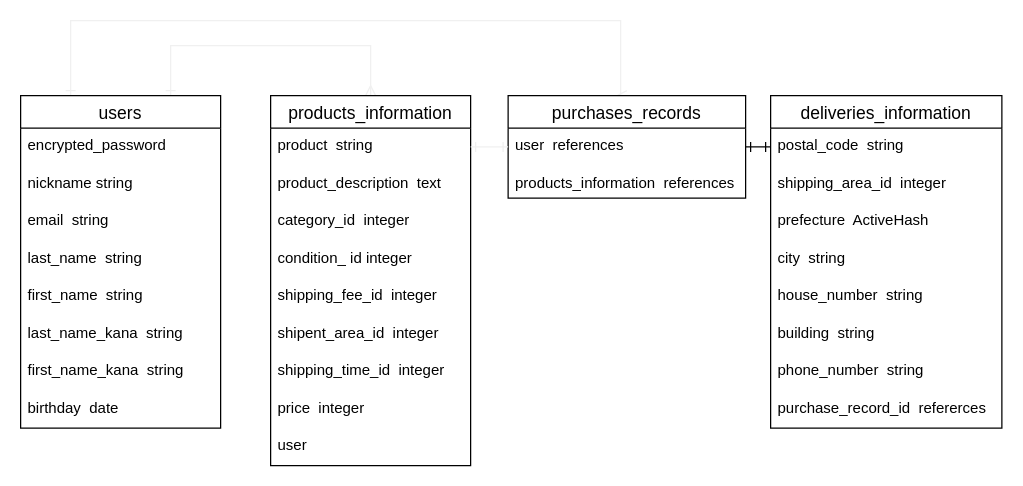
Earlier version of the draw.io diagram public/test.dio (harusukepapa/furima-34525). Source tidied: cells renumbered, new cells numbered last; positions are measured from the earlier drawing's top-left corner, leaving out a move shared by most shapes. Both pictures are drawn from the tidied source at 125%, with x=0, y=0 at pixel (20, 20).
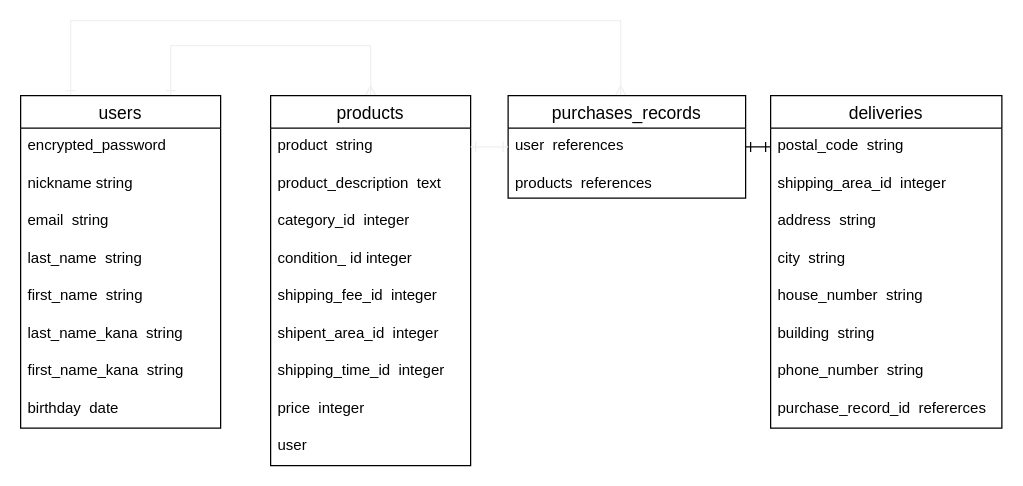
The same diagram, later.

Commit message (it also covers changes not shown here):
データベース修正ver.2

Unchanged cells that the change refers to:
```xml
<mxCell id="4" value="users" style="swimlane;fontStyle=0;horizontal=1;startSize=26;align=center;fontSize=14;" parent="1" vertex="1">
  <mxGeometry y="60" width="160" height="266" as="geometry" />
</mxCell>
<mxCell id="23" value="purchases_records" style="swimlane;fontStyle=0;horizontal=1;startSize=26;align=center;fontSize=14;" parent="1" vertex="1">
  <mxGeometry x="390" y="60" width="190" height="82" as="geometry" />
</mxCell>
```

Diff of the diagram source:
```diff
@@
-    <mxCell id="3" style="edgeStyle=orthogonalEdgeStyle;rounded=0;jettySize=auto;html=1;exitX=0.25;exitY=0;exitDx=0;exitDy=0;startArrow=ERone;startFill=0;endArrow=ERmany;endFill=0;strokeColor=#f0f0f0;entryX=0.5;entryY=0;entryDx=0;entryDy=0;" parent="1" edge="1" source="4" target="23">
+    <mxCell id="3" style="edgeStyle=orthogonalEdgeStyle;rounded=0;jettySize=auto;html=1;exitX=0.25;exitY=0;exitDx=0;exitDy=0;startArrow=ERone;startFill=0;endArrow=ERmany;endFill=0;strokeColor=#f0f0f0;" parent="1" edge="1" source="4" target="23">
       <mxGeometry relative="1" as="geometry">
         <Array as="points">
           <mxPoint x="40" />
           <mxPoint x="480" />
         </Array>
       </mxGeometry>
     </mxCell>
@@
-    <mxCell id="13" value="products_information" style="swimlane;fontStyle=0;horizontal=1;startSize=26;align=center;fontSize=14;" parent="1" vertex="1">
+    <mxCell id="13" value="products" style="swimlane;fontStyle=0;horizontal=1;startSize=26;align=center;fontSize=14;" parent="1" vertex="1">
       <mxGeometry x="200" y="60" width="160" height="296" as="geometry" />
     </mxCell>
@@
-    <mxCell id="25" value="products_information  references" style="text;strokeColor=none;fillColor=none;spacingLeft=4;spacingRight=4;overflow=hidden;fontSize=12;" parent="23" vertex="1">
+    <mxCell id="25" value="products  references" style="text;strokeColor=none;fillColor=none;spacingLeft=4;spacingRight=4;overflow=hidden;fontSize=12;" parent="23" vertex="1">
       <mxGeometry y="56" width="190" height="26" as="geometry" />
     </mxCell>
-    <mxCell id="26" value="deliveries_information" style="swimlane;fontStyle=0;horizontal=1;startSize=26;align=center;fontSize=14;" parent="1" vertex="1">
+    <mxCell id="26" value="deliveries" style="swimlane;fontStyle=0;horizontal=1;startSize=26;align=center;fontSize=14;" parent="1" vertex="1">
       <mxGeometry x="600" y="60" width="185" height="266" as="geometry" />
     </mxCell>
@@
-    <mxCell id="29" value="prefecture  ActiveHash" style="text;strokeColor=none;fillColor=none;spacingLeft=4;spacingRight=4;overflow=hidden;fontSize=12;" parent="26" vertex="1">
+    <mxCell id="29" value="address  string" style="text;strokeColor=none;fillColor=none;spacingLeft=4;spacingRight=4;overflow=hidden;fontSize=12;" parent="26" vertex="1">
       <mxGeometry y="86" width="185" height="30" as="geometry" />
     </mxCell>
```
